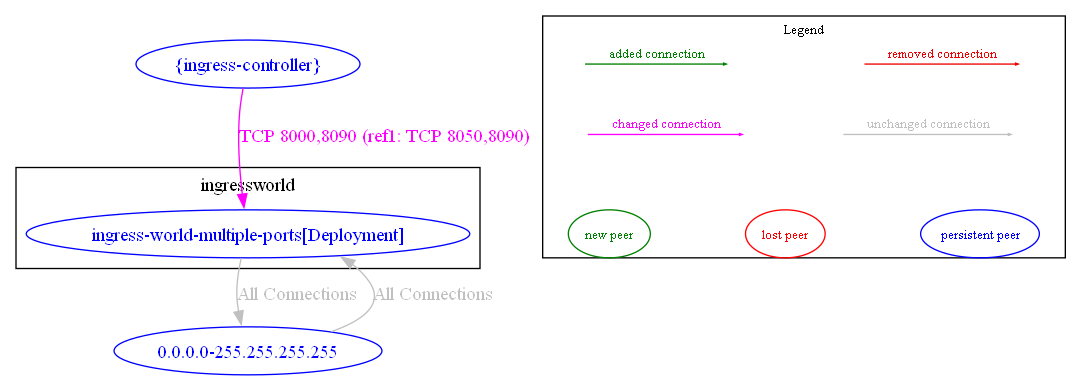
np-guard/netpol-analyzer keeps this Graphviz diagram as test_outputs/diff/diff_between_multiple_ingress_objects_with_different_ports_new_and_multiple_ingress_objects_with_different_ports.dot.png. Above is the earlier version. Its source is kept beside it as test_outputs/diff/diff_between_multiple_ingress_objects_with_different_ports_new_and_multiple_ingress_objects_with_different_ports.dot.
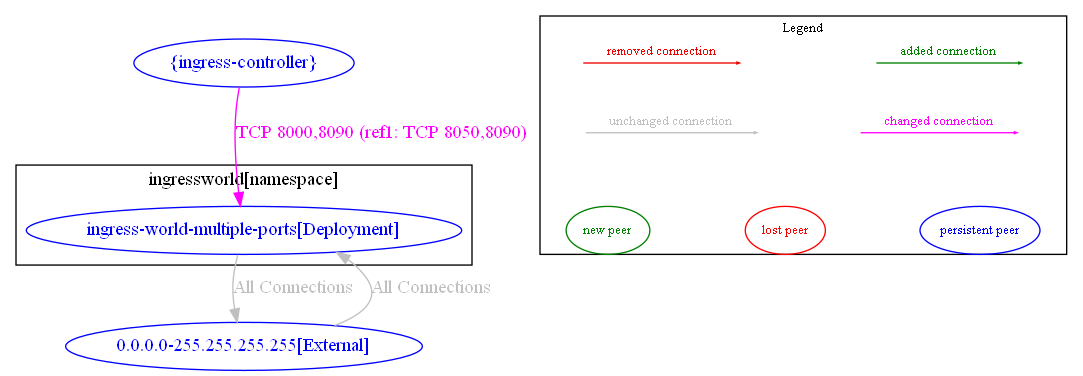
The same diagram one commit later.

The edit, as a diff of the source:
```diff
@@ -1,14 +1,14 @@
 digraph {
-	subgraph "cluster_ingressworld" {
+	subgraph "cluster_ingressworld[namespace]" {
 		color="black"
 		fontcolor="black"
 		"ingressworld/ingress-world-multiple-ports[Deployment]" [label="ingress-world-multiple-ports[Deployment]" color="blue" fontcolor="blue"]
-		label="ingressworld"
+		label="ingressworld[namespace]"
 	}
-	"0.0.0.0-255.255.255.255" [label="0.0.0.0-255.255.255.255" color="blue" fontcolor="blue"]
+	"0.0.0.0-255.255.255.255[External]" [label="0.0.0.0-255.255.255.255[External]" color="blue" fontcolor="blue"]
 	"{ingress-controller}" [label="{ingress-controller}" color="blue" fontcolor="blue"]
-	"0.0.0.0-255.255.255.255" -> "ingressworld/ingress-world-multiple-ports[Deployment]" [label="All Connections" color="grey" fontcolor="grey" weight=0.5]
-	"ingressworld/ingress-world-multiple-ports[Deployment]" -> "0.0.0.0-255.255.255.255" [label="All Connections" color="grey" fontcolor="grey" weight=1]
+	"0.0.0.0-255.255.255.255[External]" -> "ingressworld/ingress-world-multiple-ports[Deployment]" [label="All Connections" color="grey" fontcolor="grey" weight=0.5]
+	"ingressworld/ingress-world-multiple-ports[Deployment]" -> "0.0.0.0-255.255.255.255[External]" [label="All Connections" color="grey" fontcolor="grey" weight=1]
 	"{ingress-controller}" -> "ingressworld/ingress-world-multiple-ports[Deployment]" [label="TCP 8000,8090 (ref1: TCP 8050,8090)" color="magenta" fontcolor="magenta" weight=1]
 	nodesep=0.5
 	subgraph cluster_legend {
```
